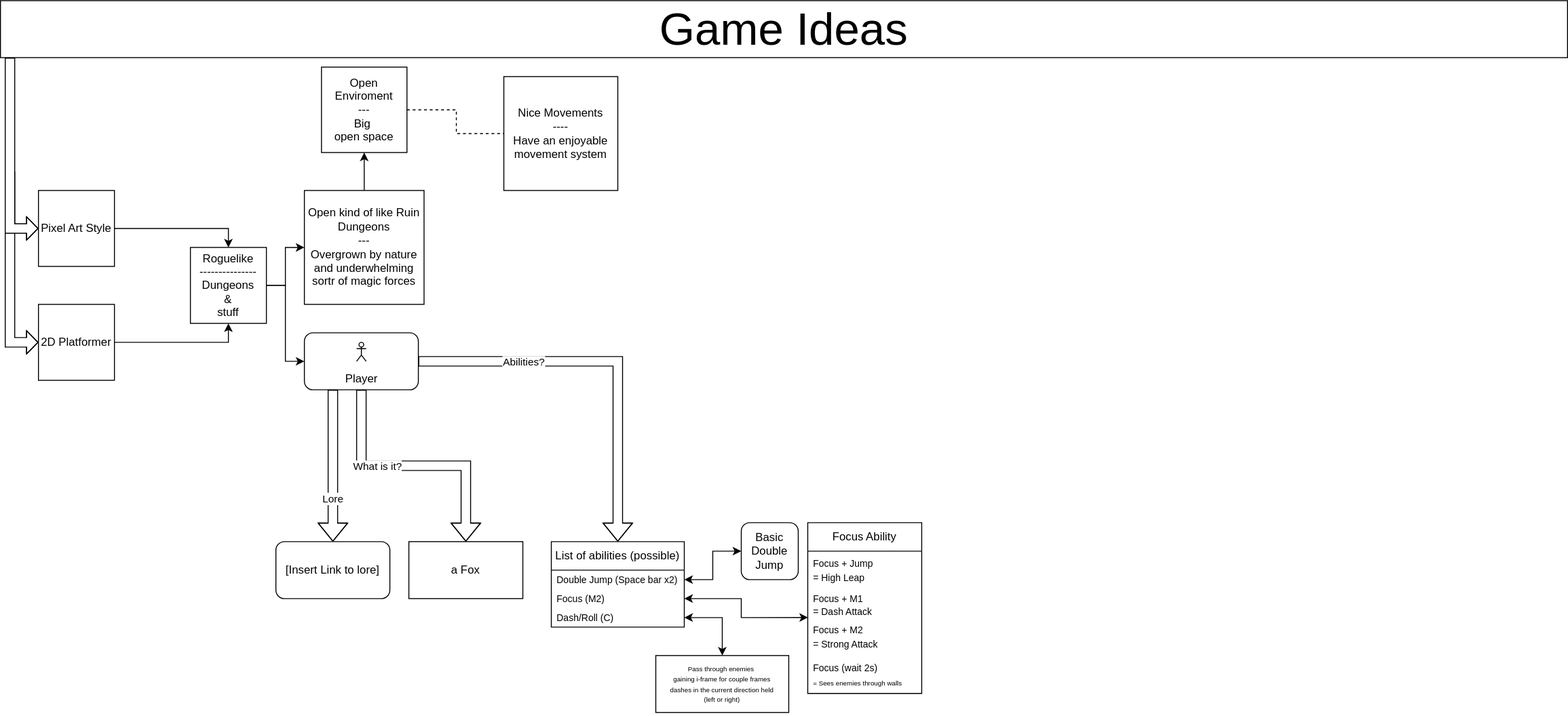
UnknownRedFoxDev/2D-Game keeps this draw.io diagram as Plans/2DGamePlanning.drawio.svg. Above is the earlier version. Source tidied: cells renumbered, new cells last; positions are measured from the earlier drawing's top-left corner, leaving out a move shared by most shapes.
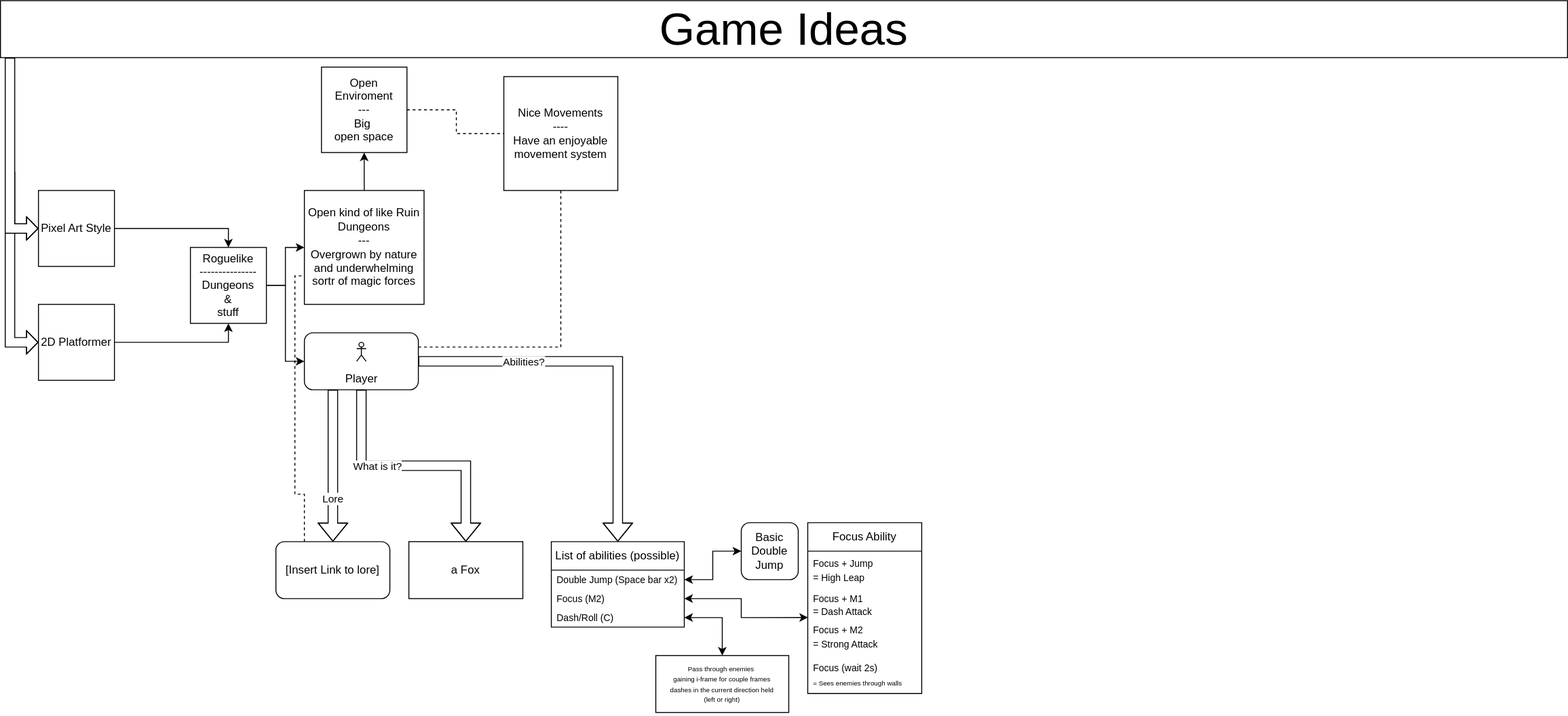
Later version of the same file.

Diff of the diagram source:
```diff
@@ -186,5 +186,21 @@
         <mxPoint x="-100" y="-76" as="offset" />
       </mxGeometry>
     </mxCell>
+    <mxCell id="46" style="endArrow=none;dashed=1;html=1;rounded=0;exitX=1;exitY=0.25;exitDx=0;exitDy=0;entryX=0.5;entryY=1;entryDx=0;entryDy=0;" parent="1" edge="1" source="21" target="10">
+      <mxGeometry relative="1" as="geometry">
+        <Array as="points">
+          <mxPoint x="590" y="365" />
+        </Array>
+      </mxGeometry>
+    </mxCell>
+    <mxCell id="47" style="endArrow=none;dashed=1;html=1;rounded=0;exitX=0.25;exitY=0;exitDx=0;exitDy=0;entryX=0;entryY=0.75;entryDx=0;entryDy=0;" parent="1" edge="1" source="26" target="15">
+      <mxGeometry relative="1" as="geometry">
+        <Array as="points">
+          <mxPoint x="320" y="520" />
+          <mxPoint x="310" y="520" />
+          <mxPoint x="310" y="290" />
+        </Array>
+      </mxGeometry>
+    </mxCell>
   </root>
 </mxGraphModel>
```
